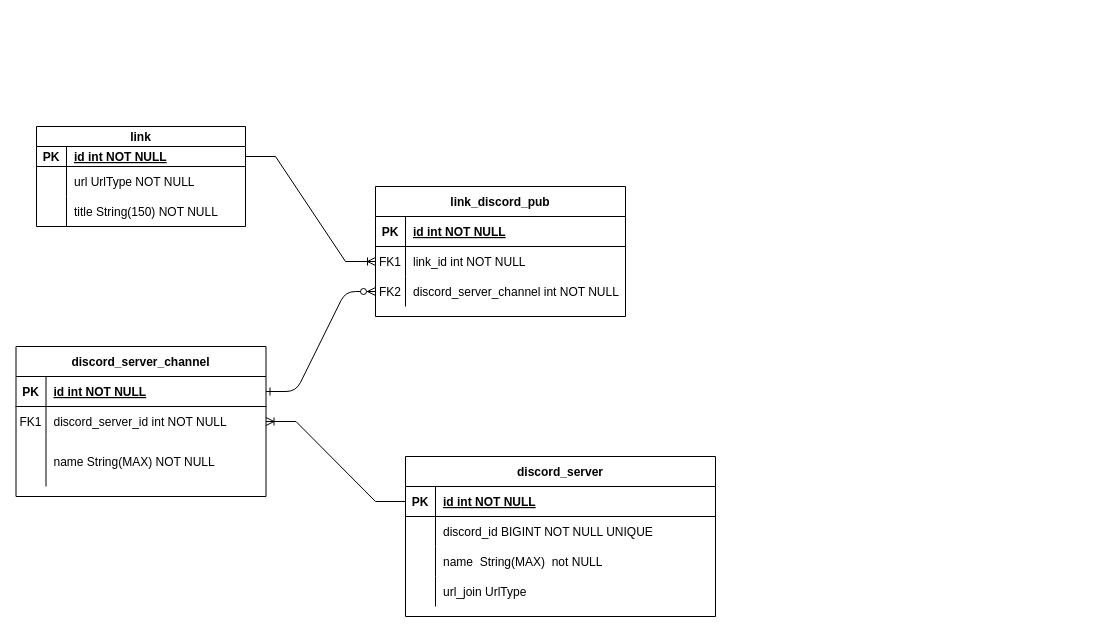
Earlier version of the draw.io diagram model_diagram.drawio (lucgiffon/discorss). Source tidied: cells renumbered, new cells numbered last; positions are measured from the earlier drawing's top-left corner, leaving out a move shared by most shapes. Both pictures are drawn from the tidied source at 100%, with x=0, y=0 at pixel (15, 126).
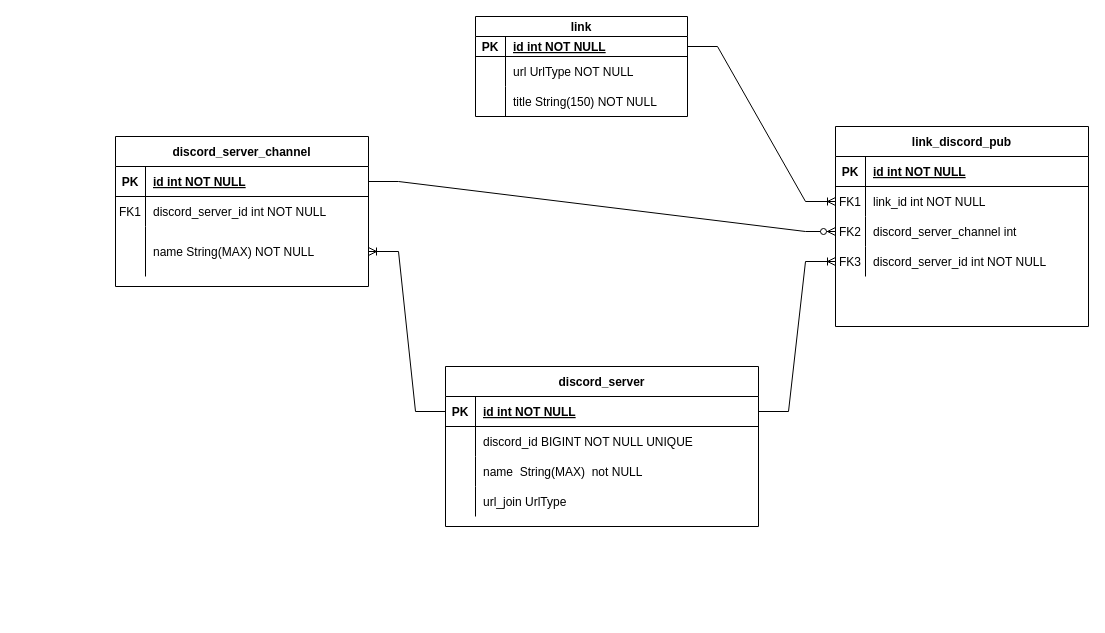
Above is the later version.

Commit message:
discord_server as foreign key to link_discord_pub too

The edit, as a diff of the source:
```diff
@@
-    <mxCell id="2" style="edgeStyle=entityRelationEdgeStyle;endArrow=ERzeroToMany;startArrow=ERone;endFill=1;startFill=0;entryX=0;entryY=0.5;entryDx=0;entryDy=0;exitX=1;exitY=0.5;exitDx=0;exitDy=0;" parent="1" edge="1" source="27" target="23">
-      <mxGeometry relative="1" as="geometry" />
-    </mxCell>
     <mxCell id="3" value="discord_server" style="shape=table;startSize=30;childLayout=tableLayout;rowLines=0;fontStyle=1;align=center;" parent="1" vertex="1">
-      <mxGeometry x="390" y="330" width="310" height="160" as="geometry" />
+      <mxGeometry x="430" y="240" width="313" height="160" as="geometry" />
     </mxCell>
     <mxCell id="4" style="shape=partialRectangle;fillColor=none;points=[[0,0.5],[1,0.5]];portConstraint=eastwest;top=0;left=0;right=0;bottom=1;" parent="3" vertex="1">
-      <mxGeometry y="30" width="310" height="30" as="geometry" />
+      <mxGeometry y="30" width="313" height="30" as="geometry" />
     </mxCell>
@@
     <mxCell id="6" value="id int NOT NULL " style="shape=partialRectangle;overflow=hidden;fillColor=none;top=0;left=0;bottom=0;right=0;align=left;spacingLeft=6;fontStyle=5;" parent="4" vertex="1">
-      <mxGeometry x="30" width="280" height="30" as="geometry" />
+      <mxGeometry x="30" width="283" height="30" as="geometry" />
     </mxCell>
     <mxCell id="7" style="shape=partialRectangle;fillColor=none;top=0;left=0;right=0;bottom=0;" parent="3" vertex="1">
-      <mxGeometry y="60" width="310" height="30" as="geometry" />
+      <mxGeometry y="60" width="313" height="30" as="geometry" />
     </mxCell>
@@
     <mxCell id="9" value="discord_id BIGINT NOT NULL UNIQUE" style="shape=partialRectangle;overflow=hidden;fillColor=none;top=0;left=0;bottom=0;right=0;align=left;spacingLeft=6;" parent="7" vertex="1">
-      <mxGeometry x="30" width="280" height="30" as="geometry" />
+      <mxGeometry x="30" width="283" height="30" as="geometry" />
     </mxCell>
     <mxCell id="10" style="shape=partialRectangle;fillColor=none;top=0;left=0;right=0;bottom=0;" parent="3" vertex="1">
-      <mxGeometry y="90" width="310" height="30" as="geometry" />
+      <mxGeometry y="90" width="313" height="30" as="geometry" />
     </mxCell>
@@
     <mxCell id="12" value="name  String(MAX)  not NULL" style="shape=partialRectangle;overflow=hidden;fillColor=none;top=0;left=0;bottom=0;right=0;align=left;spacingLeft=6;" parent="10" vertex="1">
-      <mxGeometry x="30" width="280" height="30" as="geometry" />
+      <mxGeometry x="30" width="283" height="30" as="geometry" />
     </mxCell>
     <mxCell id="13" style="shape=tableRow;horizontal=0;startSize=0;swimlaneHead=0;swimlaneBody=0;fillColor=none;top=0;left=0;right=0;bottom=0;" parent="3" vertex="1">
-      <mxGeometry y="120" width="310" height="30" as="geometry" />
+      <mxGeometry y="120" width="313" height="30" as="geometry" />
     </mxCell>
@@
     <mxCell id="15" value="url_join UrlType" style="shape=partialRectangle;fillColor=none;top=0;left=0;bottom=0;right=0;align=left;spacingLeft=6;overflow=hidden;" parent="13" vertex="1">
-      <mxGeometry x="30" width="280" height="30" as="geometry" />
+      <mxGeometry x="30" width="283" height="30" as="geometry" />
     </mxCell>
     <mxCell id="16" value="link_discord_pub" style="shape=table;startSize=30;childLayout=tableLayout;rowLines=0;fontStyle=1;align=center;" parent="1" vertex="1">
-      <mxGeometry x="360" y="60" width="250" height="130" as="geometry" />
+      <mxGeometry x="820" width="253" height="200" as="geometry" />
     </mxCell>
     <mxCell id="17" style="shape=partialRectangle;fillColor=none;top=0;left=0;right=0;bottom=1;" parent="16" vertex="1">
-      <mxGeometry y="30" width="250" height="30" as="geometry" />
+      <mxGeometry y="30" width="253" height="30" as="geometry" />
     </mxCell>
@@
     <mxCell id="19" value="id int NOT NULL " style="shape=partialRectangle;overflow=hidden;fillColor=none;top=0;left=0;bottom=0;right=0;align=left;spacingLeft=6;fontStyle=5;" parent="17" vertex="1">
-      <mxGeometry x="30" width="220" height="30" as="geometry" />
+      <mxGeometry x="30" width="223" height="30" as="geometry" />
     </mxCell>
     <mxCell id="20" style="shape=partialRectangle;fillColor=none;points=[[0,0.5],[1,0.5]];portConstraint=eastwest;top=0;left=0;right=0;bottom=0;" parent="16" vertex="1">
-      <mxGeometry y="60" width="250" height="30" as="geometry" />
+      <mxGeometry y="60" width="253" height="30" as="geometry" />
     </mxCell>
@@
     <mxCell id="22" value="link_id int NOT NULL" style="shape=partialRectangle;overflow=hidden;fillColor=none;top=0;left=0;bottom=0;right=0;align=left;spacingLeft=6;" parent="20" vertex="1">
-      <mxGeometry x="30" width="220" height="30" as="geometry" />
+      <mxGeometry x="30" width="223" height="30" as="geometry" />
     </mxCell>
     <mxCell id="23" style="shape=partialRectangle;fillColor=none;points=[[0,0.5],[1,0.5]];portConstraint=eastwest;top=0;left=0;right=0;bottom=0;" parent="16" vertex="1">
-      <mxGeometry y="90" width="250" height="30" as="geometry" />
+      <mxGeometry y="90" width="253" height="30" as="geometry" />
     </mxCell>
@@
-    <mxCell id="25" value="discord_server_channel int NOT NULL" style="shape=partialRectangle;overflow=hidden;fillColor=none;top=0;left=0;bottom=0;right=0;align=left;spacingLeft=6;" parent="23" vertex="1">
-      <mxGeometry x="30" width="220" height="30" as="geometry" />
+    <mxCell id="25" value="discord_server_channel int" style="shape=partialRectangle;overflow=hidden;fillColor=none;top=0;left=0;bottom=0;right=0;align=left;spacingLeft=6;" parent="23" vertex="1">
+      <mxGeometry x="30" width="223" height="30" as="geometry" />
     </mxCell>
+    <mxCell id="48" style="shape=tableRow;horizontal=0;startSize=0;swimlaneHead=0;swimlaneBody=0;fillColor=none;points=[[0,0.5],[1,0.5]];portConstraint=eastwest;top=0;left=0;right=0;bottom=0;" parent="16" vertex="1">
+      <mxGeometry y="120" width="253" height="30" as="geometry" />
+    </mxCell>
+    <mxCell id="49" value="FK3" style="shape=partialRectangle;fillColor=none;top=0;left=0;bottom=0;right=0;overflow=hidden;" parent="48" vertex="1">
+      <mxGeometry width="30" height="30" as="geometry" />
+    </mxCell>
+    <mxCell id="50" value="discord_server_id int NOT NULL" style="shape=partialRectangle;fillColor=none;top=0;left=0;bottom=0;right=0;align=left;spacingLeft=6;overflow=hidden;" parent="48" vertex="1">
+      <mxGeometry x="30" width="223" height="30" as="geometry" />
+    </mxCell>
     <mxCell id="26" value="discord_server_channel" style="shape=table;startSize=30;childLayout=tableLayout;rowLines=0;fontStyle=1;align=center;" parent="1" vertex="1">
-      <mxGeometry x="0.5" y="220" width="250" height="150" as="geometry" />
+      <mxGeometry x="100" y="10" width="253" height="150" as="geometry" />
     </mxCell>
     <mxCell id="27" style="shape=partialRectangle;fillColor=none;points=[[0,0.5],[1,0.5]];portConstraint=eastwest;top=0;left=0;right=0;bottom=1;" parent="26" vertex="1">
-      <mxGeometry y="30" width="250" height="30" as="geometry" />
+      <mxGeometry y="30" width="253" height="30" as="geometry" />
     </mxCell>
@@
     <mxCell id="29" value="id int NOT NULL " style="shape=partialRectangle;overflow=hidden;fillColor=none;top=0;left=0;bottom=0;right=0;align=left;spacingLeft=6;fontStyle=5;" parent="27" vertex="1">
-      <mxGeometry x="30" width="220" height="30" as="geometry" />
+      <mxGeometry x="30" width="223" height="30" as="geometry" />
     </mxCell>
     <mxCell id="30" style="shape=tableRow;horizontal=0;startSize=0;swimlaneHead=0;swimlaneBody=0;fillColor=none;points=[[0,0.5],[1,0.5]];portConstraint=eastwest;top=0;left=0;right=0;bottom=0;" parent="26" vertex="1">
-      <mxGeometry y="60" width="250" height="30" as="geometry" />
+      <mxGeometry y="60" width="253" height="30" as="geometry" />
     </mxCell>
@@
     <mxCell id="32" value="discord_server_id int NOT NULL" style="shape=partialRectangle;fillColor=none;top=0;left=0;bottom=0;right=0;align=left;spacingLeft=6;overflow=hidden;" parent="30" vertex="1">
-      <mxGeometry x="30" width="220" height="30" as="geometry" />
+      <mxGeometry x="30" width="223" height="30" as="geometry" />
     </mxCell>
     <mxCell id="33" style="shape=partialRectangle;fillColor=none;points=[[0,0.5],[1,0.5]];portConstraint=eastwest;top=0;left=0;right=0;bottom=0;" parent="26" vertex="1">
-      <mxGeometry y="90" width="250" height="50" as="geometry" />
+      <mxGeometry y="90" width="253" height="50" as="geometry" />
     </mxCell>
@@
     <mxCell id="35" value="name String(MAX) NOT NULL" style="shape=partialRectangle;overflow=hidden;fillColor=none;top=0;left=0;bottom=0;right=0;align=left;spacingLeft=6;" parent="33" vertex="1">
-      <mxGeometry x="30" width="220" height="50" as="geometry" />
+      <mxGeometry x="30" width="223" height="50" as="geometry" />
     </mxCell>
-    <mxCell id="36" style="edgeStyle=entityRelationEdgeStyle;fontSize=12;html=1;endArrow=ERoneToMany;rounded=0;entryX=1;entryY=0.5;entryDx=0;entryDy=0;exitX=0;exitY=0.5;exitDx=0;exitDy=0;" parent="1" edge="1" source="4" target="30">
+    <mxCell id="36" style="edgeStyle=entityRelationEdgeStyle;fontSize=12;html=1;endArrow=ERoneToMany;rounded=0;exitX=0;exitY=0.5;exitDx=0;exitDy=0;entryX=1;entryY=0.5;entryDx=0;entryDy=0;" parent="1" edge="1" source="4" target="33">
       <mxGeometry relative="1" as="geometry" />
     </mxCell>
     <mxCell id="37" value="link" style="shape=table;startSize=20;childLayout=tableLayout;rowLines=0;fontStyle=1;align=center;" parent="1" vertex="1">
-      <mxGeometry x="21" width="209" height="100" as="geometry" />
+      <mxGeometry x="460" y="-110" width="212" height="100" as="geometry" />
     </mxCell>
     <mxCell id="38" style="shape=tableRow;horizontal=0;startSize=0;swimlaneHead=0;swimlaneBody=0;fillColor=none;points=[[0,0.5],[1,0.5]];portConstraint=eastwest;top=0;left=0;right=0;bottom=1;" parent="37" vertex="1">
-      <mxGeometry y="20" width="209" height="20" as="geometry" />
+      <mxGeometry y="20" width="212" height="20" as="geometry" />
     </mxCell>
@@
     <mxCell id="40" value="id int NOT NULL" style="shape=partialRectangle;fillColor=none;top=0;left=0;bottom=0;right=0;align=left;spacingLeft=6;fontStyle=5;overflow=hidden;" parent="38" vertex="1">
-      <mxGeometry x="30" width="179" height="20" as="geometry" />
+      <mxGeometry x="30" width="182" height="20" as="geometry" />
     </mxCell>
     <mxCell id="41" style="shape=tableRow;horizontal=0;startSize=0;swimlaneHead=0;swimlaneBody=0;fillColor=none;top=0;left=0;right=0;bottom=0;" parent="37" vertex="1">
-      <mxGeometry y="40" width="209" height="30" as="geometry" />
+      <mxGeometry y="40" width="212" height="30" as="geometry" />
     </mxCell>
@@
     <mxCell id="43" value="url UrlType NOT NULL " style="shape=partialRectangle;fillColor=none;top=0;left=0;bottom=0;right=0;align=left;spacingLeft=6;overflow=hidden;" parent="41" vertex="1">
-      <mxGeometry x="30" width="179" height="30" as="geometry" />
+      <mxGeometry x="30" width="182" height="30" as="geometry" />
     </mxCell>
     <mxCell id="44" style="shape=tableRow;horizontal=0;startSize=0;swimlaneHead=0;swimlaneBody=0;fillColor=none;top=0;left=0;right=0;bottom=0;" parent="37" vertex="1">
-      <mxGeometry y="70" width="209" height="30" as="geometry" />
+      <mxGeometry y="70" width="212" height="30" as="geometry" />
     </mxCell>
@@
     <mxCell id="46" value="title String(150) NOT NULL" style="shape=partialRectangle;fillColor=none;top=0;left=0;bottom=0;right=0;align=left;spacingLeft=6;overflow=hidden;" parent="44" vertex="1">
-      <mxGeometry x="30" width="179" height="30" as="geometry" />
+      <mxGeometry x="30" width="182" height="30" as="geometry" />
     </mxCell>
@@
+    <mxCell id="2" style="edgeStyle=entityRelationEdgeStyle;fontSize=12;html=1;endArrow=ERzeroToMany;endFill=1;rounded=0;exitX=1;exitY=0.5;exitDx=0;exitDy=0;entryX=0;entryY=0.5;entryDx=0;entryDy=0;" parent="1" edge="1" source="27" target="23">
+      <mxGeometry relative="1" as="geometry" />
+    </mxCell>
+    <mxCell id="51" style="edgeStyle=entityRelationEdgeStyle;fontSize=12;html=1;endArrow=ERoneToMany;rounded=0;exitX=1;exitY=0.5;exitDx=0;exitDy=0;entryX=0;entryY=0.5;entryDx=0;entryDy=0;" parent="1" edge="1" source="4" target="48">
+      <mxGeometry relative="1" as="geometry" />
+    </mxCell>
```
